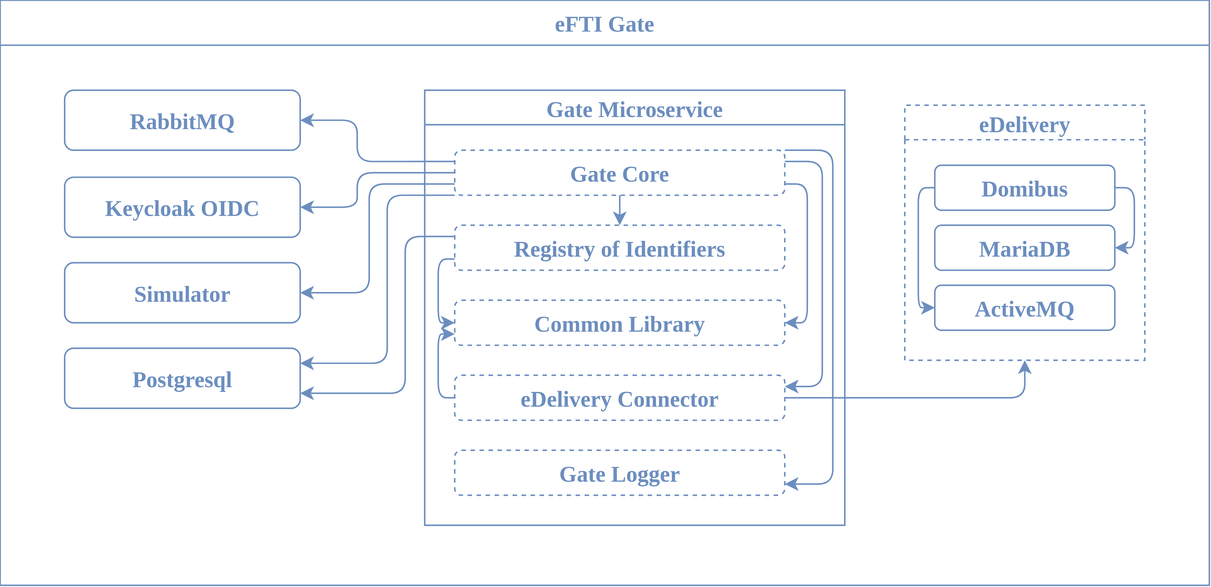
Before: implementation/components.svg, a diagram exported from draw.io (digilogistika/efti-gate-fork). Source tidied: cells renumbered, new cells last; positions are measured from the earlier drawing's top-left corner, leaving out a move shared by most shapes.
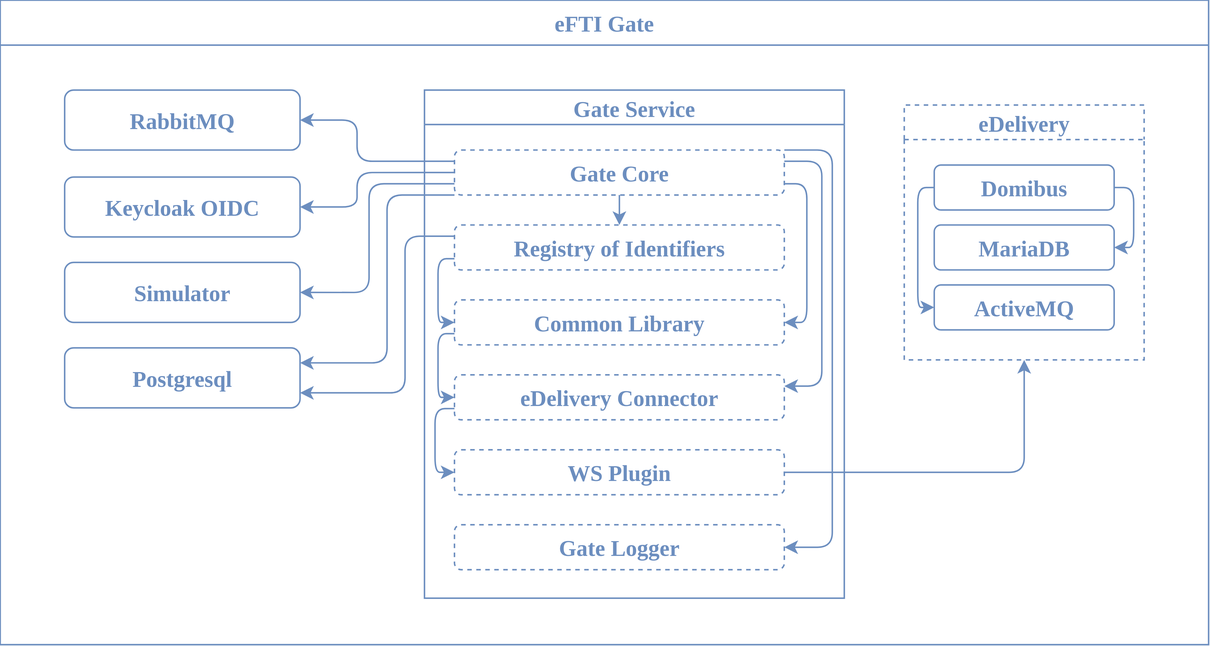
The same diagram one commit later.

The edit, as a diff of the source:
```diff
@@ -3,7 +3,7 @@
     <mxCell id="0" />
     <mxCell id="1" parent="0" />
     <mxCell id="2" value="eFTI Gate" style="swimlane;whiteSpace=wrap;html=1;strokeColor=#6c8ebf;strokeWidth=1;align=center;verticalAlign=middle;fontFamily=Lucida Console;fontSize=15;fontColor=#6c8ebf;fontStyle=1;fillColor=none;startSize=30;" parent="1" vertex="1">
-      <mxGeometry width="806" height="390" as="geometry" />
+      <mxGeometry width="806" height="430" as="geometry" />
     </mxCell>
     <mxCell id="3" value="eDelivery" style="swimlane;whiteSpace=wrap;html=1;strokeColor=#6c8ebf;strokeWidth=1;align=center;verticalAlign=middle;fontFamily=Lucida Console;fontSize=15;fontColor=#6c8ebf;fontStyle=1;fillColor=none;dashed=1;" parent="2" vertex="1">
       <mxGeometry x="603" y="70" width="160" height="170" as="geometry" />
@@ -36,17 +36,17 @@
     <mxCell id="9" value="Keycloak OIDC" style="rounded=1;whiteSpace=wrap;html=1;strokeColor=#6c8ebf;strokeWidth=1;align=center;verticalAlign=middle;fontFamily=Lucida Console;fontSize=15;fontColor=#6c8ebf;fontStyle=1;fillColor=none;" parent="2" vertex="1">
       <mxGeometry x="43" y="118" width="157" height="40" as="geometry" />
     </mxCell>
-    <mxCell id="10" value="Gate Microservice" style="swimlane;whiteSpace=wrap;html=1;strokeColor=#6c8ebf;strokeWidth=1;align=center;verticalAlign=middle;fontFamily=Lucida Console;fontSize=15;fontColor=#6c8ebf;fontStyle=1;fillColor=none;" parent="2" vertex="1">
-      <mxGeometry x="283" y="60" width="280" height="290" as="geometry" />
+    <mxCell id="10" value="Gate Service" style="swimlane;whiteSpace=wrap;html=1;strokeColor=#6c8ebf;strokeWidth=1;align=center;verticalAlign=middle;fontFamily=Lucida Console;fontSize=15;fontColor=#6c8ebf;fontStyle=1;fillColor=none;" parent="2" vertex="1">
+      <mxGeometry x="283" y="60" width="280" height="339" as="geometry" />
     </mxCell>
     <mxCell id="11" style="edgeStyle=orthogonalEdgeStyle;rounded=1;jettySize=auto;html=1;exitX=0.5;exitY=1;exitDx=0;exitDy=0;entryX=0.5;entryY=0;entryDx=0;entryDy=0;strokeColor=#6c8ebf;fontFamily=Courier New;fillColor=#dae8fc;fontColor=#6c8ebf;" parent="10" edge="1" source="15" target="17">
       <mxGeometry relative="1" as="geometry" />
     </mxCell>
-    <mxCell id="12" style="edgeStyle=orthogonalEdgeStyle;rounded=1;jettySize=auto;html=1;exitX=1;exitY=0;exitDx=0;exitDy=0;strokeColor=#6c8ebf;fontFamily=Courier New;fillColor=#dae8fc;entryX=1;entryY=0.75;entryDx=0;entryDy=0;fontColor=#6c8ebf;" parent="10" edge="1" source="15" target="18">
+    <mxCell id="12" style="edgeStyle=orthogonalEdgeStyle;rounded=1;jettySize=auto;html=1;exitX=1;exitY=0;exitDx=0;exitDy=0;strokeColor=#6c8ebf;fontFamily=Courier New;fillColor=#dae8fc;entryX=1;entryY=0.5;entryDx=0;entryDy=0;fontColor=#6c8ebf;" parent="10" edge="1" source="15" target="32">
       <mxGeometry relative="1" as="geometry">
         <Array as="points">
           <mxPoint x="272" y="40" />
-          <mxPoint x="272" y="263" />
+          <mxPoint x="272" y="305" />
         </Array>
       </mxGeometry>
     </mxCell>
@@ -80,13 +80,13 @@
     <mxCell id="17" value="Registry of Identifiers" style="rounded=1;whiteSpace=wrap;html=1;strokeColor=#6c8ebf;strokeWidth=1;align=center;verticalAlign=middle;fontFamily=Lucida Console;fontSize=15;fontColor=#6c8ebf;fontStyle=1;fillColor=none;dashed=1;" parent="10" vertex="1">
       <mxGeometry x="20" y="90" width="220" height="30" as="geometry" />
     </mxCell>
-    <mxCell id="18" value="Gate Logger" style="rounded=1;whiteSpace=wrap;html=1;strokeColor=#6c8ebf;strokeWidth=1;align=center;verticalAlign=middle;fontFamily=Lucida Console;fontSize=15;fontColor=#6c8ebf;fontStyle=1;fillColor=none;dashed=1;" parent="10" vertex="1">
+    <mxCell id="18" value="WS Plugin" style="rounded=1;whiteSpace=wrap;html=1;strokeColor=#6c8ebf;strokeWidth=1;align=center;verticalAlign=middle;fontFamily=Lucida Console;fontSize=15;fontColor=#6c8ebf;fontStyle=1;fillColor=none;dashed=1;" parent="10" vertex="1">
       <mxGeometry x="20" y="240" width="220" height="30" as="geometry" />
     </mxCell>
     <mxCell id="19" value="Common Library" style="rounded=1;whiteSpace=wrap;html=1;strokeColor=#6c8ebf;strokeWidth=1;align=center;verticalAlign=middle;fontFamily=Lucida Console;fontSize=15;fontColor=#6c8ebf;fontStyle=1;fillColor=none;dashed=1;" parent="10" vertex="1">
       <mxGeometry x="20" y="140" width="220" height="30" as="geometry" />
     </mxCell>
-    <mxCell id="20" style="edgeStyle=orthogonalEdgeStyle;rounded=1;jettySize=auto;html=1;exitX=0;exitY=0.5;exitDx=0;exitDy=0;entryX=0;entryY=0.75;entryDx=0;entryDy=0;strokeColor=#6c8ebf;fontFamily=Courier New;fillColor=#dae8fc;fontColor=#6c8ebf;" parent="10" edge="1" source="21" target="19">
+    <mxCell id="20" style="edgeStyle=orthogonalEdgeStyle;rounded=1;jettySize=auto;html=1;exitX=0;exitY=0.5;exitDx=0;exitDy=0;entryX=0;entryY=0.75;entryDx=0;entryDy=0;strokeColor=#6c8ebf;fontFamily=Courier New;fillColor=#dae8fc;fontColor=#6c8ebf;endArrow=none;endFill=0;startArrow=classic;startFill=1;" parent="10" edge="1" source="21" target="19">
       <mxGeometry relative="1" as="geometry">
         <Array as="points">
           <mxPoint x="9" y="205" />
@@ -94,9 +94,20 @@
         </Array>
       </mxGeometry>
     </mxCell>
+    <mxCell id="31" style="edgeStyle=orthogonalEdgeStyle;shape=connector;rounded=1;jettySize=auto;html=1;exitX=0;exitY=0.75;exitDx=0;exitDy=0;entryX=0;entryY=0.5;entryDx=0;entryDy=0;strokeColor=#6c8ebf;align=center;verticalAlign=middle;fontFamily=Courier New;fontSize=11;fontColor=#6c8ebf;labelBackgroundColor=default;startArrow=none;startFill=0;endArrow=classic;endFill=1;fillColor=#dae8fc;" parent="10" edge="1" source="21" target="18">
+      <mxGeometry relative="1" as="geometry">
+        <Array as="points">
+          <mxPoint x="7" y="213" />
+          <mxPoint x="7" y="255" />
+        </Array>
+      </mxGeometry>
+    </mxCell>
     <mxCell id="21" value="eDelivery Connector" style="rounded=1;whiteSpace=wrap;html=1;strokeColor=#6c8ebf;strokeWidth=1;align=center;verticalAlign=middle;fontFamily=Lucida Console;fontSize=15;fontColor=#6c8ebf;fontStyle=1;fillColor=none;dashed=1;" parent="10" vertex="1">
       <mxGeometry x="20" y="190" width="220" height="30" as="geometry" />
     </mxCell>
+    <mxCell id="32" value="Gate Logger" style="rounded=1;whiteSpace=wrap;html=1;strokeColor=#6c8ebf;strokeWidth=1;align=center;verticalAlign=middle;fontFamily=Lucida Console;fontSize=15;fontColor=#6c8ebf;fontStyle=1;fillColor=none;dashed=1;" parent="10" vertex="1">
+      <mxGeometry x="20" y="290" width="220" height="30" as="geometry" />
+    </mxCell>
     <mxCell id="22" value="RabbitMQ" style="rounded=1;whiteSpace=wrap;html=1;strokeColor=#6c8ebf;strokeWidth=1;align=center;verticalAlign=middle;fontFamily=Lucida Console;fontSize=15;fontColor=#6c8ebf;fontStyle=1;fillColor=none;" parent="2" vertex="1">
       <mxGeometry x="43" y="60" width="157" height="40" as="geometry" />
     </mxCell>
@@ -119,9 +130,6 @@
         </Array>
       </mxGeometry>
     </mxCell>
-    <mxCell id="26" style="edgeStyle=orthogonalEdgeStyle;rounded=1;jettySize=auto;html=1;exitX=1;exitY=0.5;exitDx=0;exitDy=0;entryX=0.5;entryY=1;entryDx=0;entryDy=0;strokeColor=#6c8ebf;fontFamily=Courier New;fillColor=#dae8fc;fontColor=#6c8ebf;" parent="2" edge="1" source="21" target="3">
-      <mxGeometry relative="1" as="geometry" />
-    </mxCell>
     <mxCell id="27" value="Simulator" style="rounded=1;whiteSpace=wrap;html=1;strokeColor=#6c8ebf;strokeWidth=1;align=center;verticalAlign=middle;fontFamily=Lucida Console;fontSize=15;fontColor=#6c8ebf;fontStyle=1;fillColor=none;" parent="2" vertex="1">
       <mxGeometry x="43" y="175" width="157" height="40" as="geometry" />
     </mxCell>
@@ -149,5 +157,8 @@
         </Array>
       </mxGeometry>
     </mxCell>
+    <mxCell id="33" style="edgeStyle=orthogonalEdgeStyle;shape=connector;rounded=1;jettySize=auto;html=1;exitX=1;exitY=0.5;exitDx=0;exitDy=0;entryX=0.5;entryY=1;entryDx=0;entryDy=0;strokeColor=#6c8ebf;align=center;verticalAlign=middle;fontFamily=Courier New;fontSize=11;fontColor=#6c8ebf;labelBackgroundColor=default;startArrow=none;startFill=0;endArrow=classic;endFill=1;fillColor=#dae8fc;" parent="2" edge="1" source="18" target="3">
+      <mxGeometry relative="1" as="geometry" />
+    </mxCell>
   </root>
 </mxGraphModel>
```
